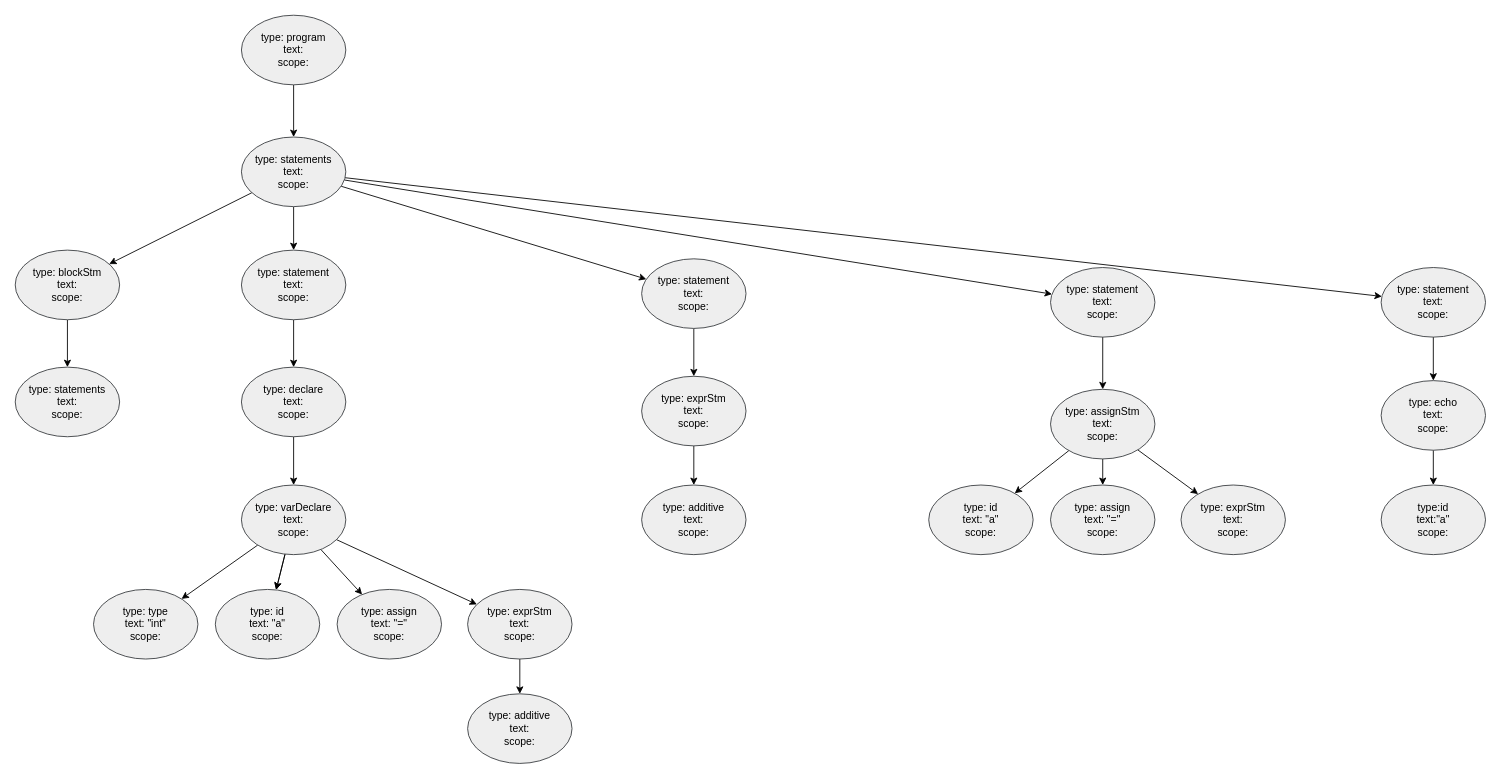
Before: page "语法分析" (3 of 3) of docs/scope.drawio in zexho994/Zex, a draw.io diagram. Source tidied: cells renumbered, new cells numbered last; positions are measured from the earlier drawing's top-left corner, leaving out a move shared by most shapes. Both pictures are drawn from the tidied source at 87%, with x=0, y=0 at pixel (15, 15).
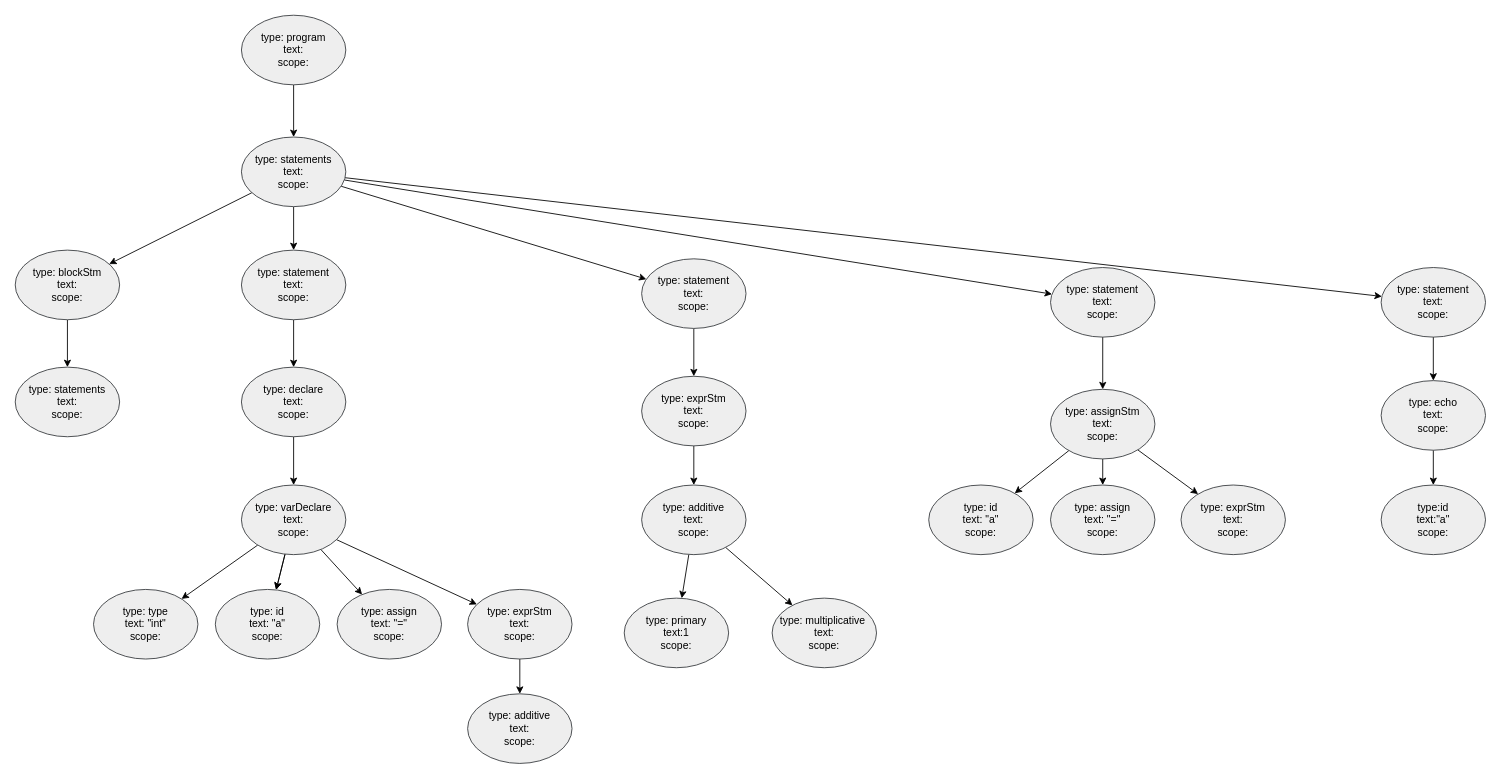
The same page after the edit.

The change refers to these unchanged cells:
```xml
<mxCell id="38" value="type: additive&lt;br&gt;text:&lt;br&gt;scope:" style="ellipse;whiteSpace=wrap;html=1;fillColor=#eeeeee;strokeColor=#36393d;" parent="1" vertex="1">
  <mxGeometry x="720" y="540" width="120" height="80" as="geometry" />
</mxCell>
```

Change to the diagram source:
```diff
@@
+    <mxCell id="48" style="rounded=0;jettySize=auto;html=1;" parent="1" edge="1" source="38" target="50">
+      <mxGeometry relative="1" as="geometry" />
+    </mxCell>
+    <mxCell id="49" style="edgeStyle=none;rounded=0;jettySize=auto;html=1;" parent="1" edge="1" source="38" target="51">
+      <mxGeometry relative="1" as="geometry" />
+    </mxCell>
@@
+    <mxCell id="50" value="type: primary&lt;br&gt;text:1&lt;br&gt;scope:" style="ellipse;whiteSpace=wrap;html=1;fillColor=#eeeeee;strokeColor=#36393d;" parent="1" vertex="1">
+      <mxGeometry x="700" y="670" width="120" height="80" as="geometry" />
+    </mxCell>
+    <mxCell id="51" value="type: multiplicative&amp;nbsp;&lt;br&gt;text:&lt;br&gt;scope:" style="ellipse;whiteSpace=wrap;html=1;fillColor=#eeeeee;strokeColor=#36393d;" parent="1" vertex="1">
+      <mxGeometry x="870" y="670" width="120" height="80" as="geometry" />
+    </mxCell>
```
